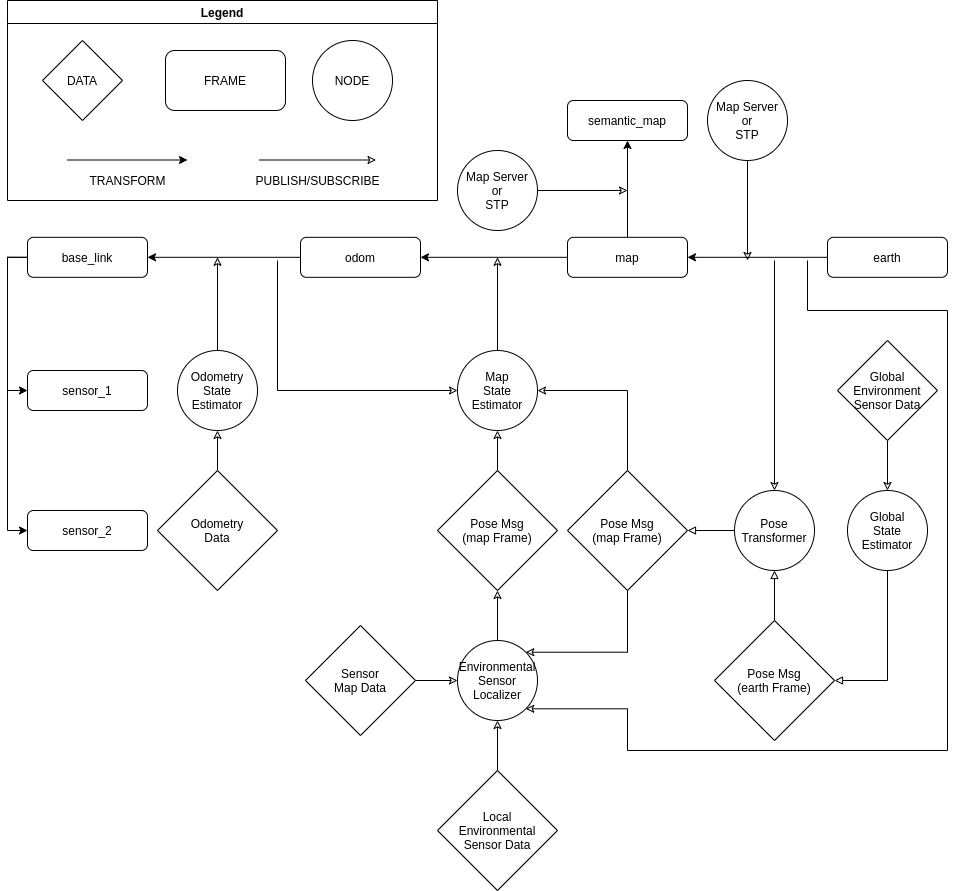
The draw.io diagram src/tools/autoware_auto_avp_demo/design/avp-tf-tree.png in goodloop/autoware_auto_mirror, before a commit. Source tidied: cells renumbered, new cells last; positions are measured from the earlier drawing's top-left corner, leaving out a move shared by most shapes.
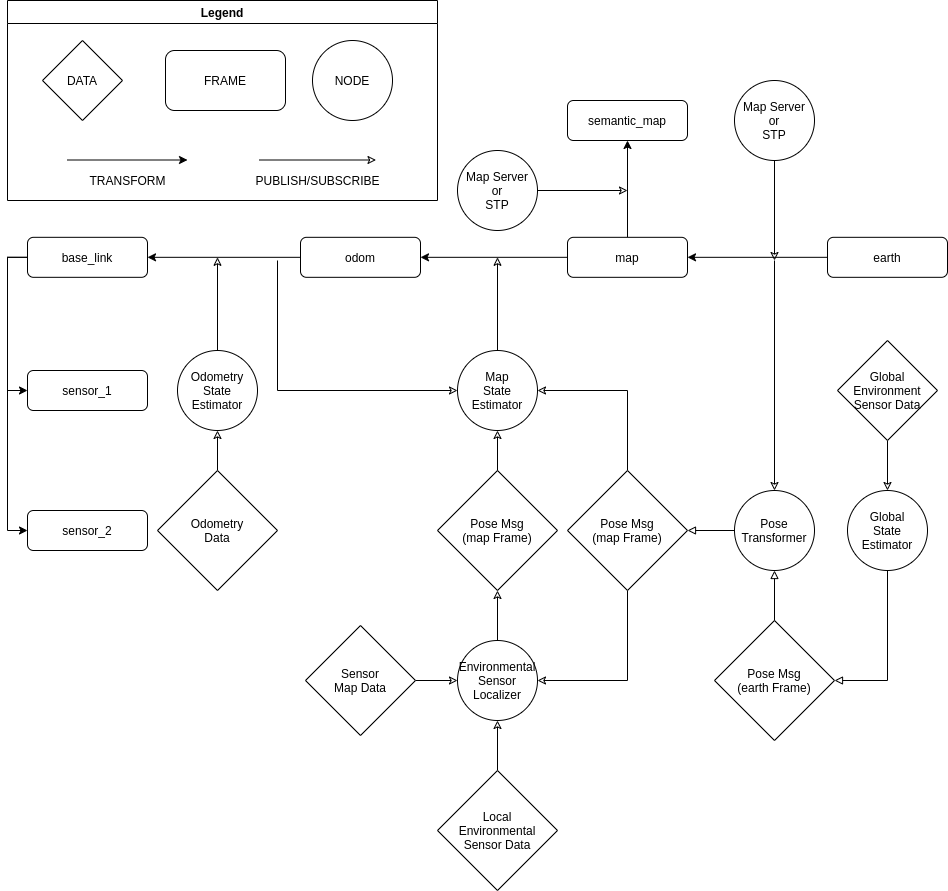
Later version of the same file.

The edit, as a diff of the source:
```diff
@@ -98,11 +98,11 @@
     <mxCell id="30" value="Global&lt;br&gt;State&lt;br&gt;Estimator" style="ellipse;whiteSpace=wrap;html=1;" parent="1" vertex="1">
       <mxGeometry x="840" y="490" width="80" height="80" as="geometry" />
     </mxCell>
-    <mxCell id="31" style="edgeStyle=orthogonalEdgeStyle;rounded=0;jettySize=auto;html=1;exitX=0.5;exitY=1;exitDx=0;exitDy=0;entryX=1;entryY=0;entryDx=0;entryDy=0;endArrow=classic;endFill=0;" parent="1" edge="1" target="19">
+    <mxCell id="31" style="edgeStyle=orthogonalEdgeStyle;rounded=0;jettySize=auto;html=1;exitX=0.5;exitY=1;exitDx=0;exitDy=0;entryX=1;entryY=0.5;entryDx=0;entryDy=0;endArrow=classic;endFill=0;" parent="1" edge="1" target="19">
       <mxGeometry relative="1" as="geometry">
         <mxPoint x="620" y="590" as="sourcePoint" />
         <Array as="points">
-          <mxPoint x="620" y="652.2" />
+          <mxPoint x="620" y="680" />
         </Array>
       </mxGeometry>
     </mxCell>
@@ -122,24 +122,12 @@
     </mxCell>
     <mxCell id="35" style="edgeStyle=orthogonalEdgeStyle;rounded=0;jettySize=auto;html=1;exitX=0.5;exitY=1;exitDx=0;exitDy=0;endArrow=classic;endFill=0;" parent="1" edge="1" source="36">
       <mxGeometry relative="1" as="geometry">
-        <mxPoint x="740" y="260" as="targetPoint" />
+        <mxPoint x="767" y="260" as="targetPoint" />
       </mxGeometry>
     </mxCell>
     <mxCell id="36" value="Map Server&lt;br&gt;or&lt;br&gt;STP" style="ellipse;whiteSpace=wrap;html=1;" parent="1" vertex="1">
-      <mxGeometry x="700" y="80" width="80" height="80" as="geometry" />
+      <mxGeometry x="727" y="80" width="80" height="80" as="geometry" />
     </mxCell>
-    <mxCell id="37" style="edgeStyle=orthogonalEdgeStyle;rounded=0;jettySize=auto;html=1;endArrow=classic;endFill=0;entryX=1;entryY=1;entryDx=0;entryDy=0;" parent="1" edge="1" target="19">
-      <mxGeometry relative="1" as="geometry">
-        <mxPoint x="800" y="260" as="sourcePoint" />
-        <Array as="points">
-          <mxPoint x="800" y="310" />
-          <mxPoint x="940" y="310" />
-          <mxPoint x="940" y="750" />
-          <mxPoint x="620" y="750" />
-          <mxPoint x="620" y="708" />
-        </Array>
-      </mxGeometry>
-    </mxCell>
     <mxCell id="38" value="semantic_map" style="rounded=1;whiteSpace=wrap;html=1;fontSize=12;glass=0;strokeWidth=1;shadow=0;" parent="1" vertex="1">
       <mxGeometry x="560" y="100" width="120" height="40" as="geometry" />
     </mxCell>
```
